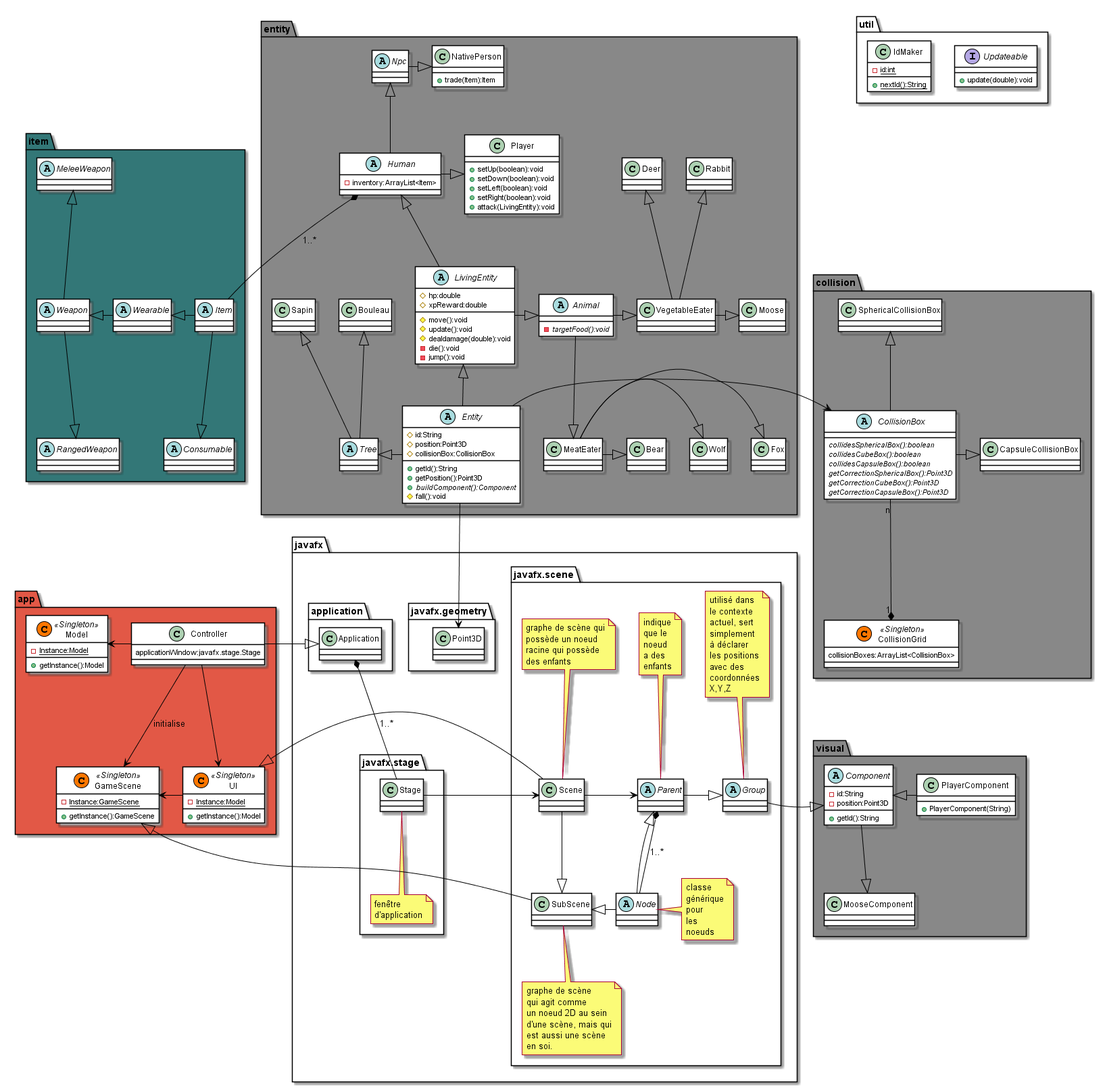
Above: uml/classes.png in the-zucc/coureur-de-bois (PlantUML), before the change.
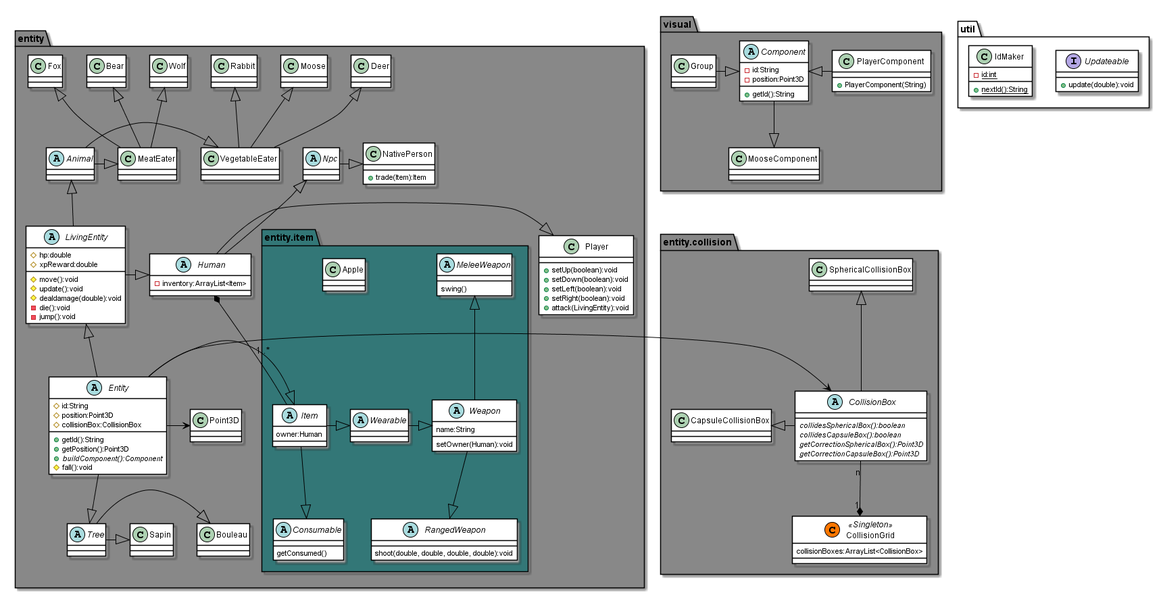
Later version of the same file.

Commit message:
developpe le UML

Diff of the diagram source:
```diff
@@ -5,74 +5,7 @@
     BorderColor #000000
 }
 skinparam stereotypeCBackgroundColor<<Singleton>> #FF7700
-package javafx{
 
-    package javafx.stage{
-        class Stage
-        note bottom:fenêtre\nd'application
-    }
-
-    package javafx.scene #ffffff{
-        class Scene
-        note top:graphe de scène qui\npossède un noeud\nracine qui possède\ndes enfants
-        Stage -left-> Scene
-
-
-        abstract class Node
-        note right:classe\ngénérique\npour\nles\nnoeuds
-        Parent *-down- Node:"1..*"
-
-        class SubScene
-        note bottom:graphe de scène\nqui agit comme\nun noeud 2D au sein\nd'une scène, mais qui\nest aussi une scène\nen soi.
-        SubScene <|-left- Node
-        SubScene <|-up- Scene
-
-        abstract class Parent
-        note top:indique\nque le\nnoeud\na des\nenfants
-        Parent <|-down-Node
-        Scene -right-> Parent
-
-        abstract class Group
-        note top:utilisé dans\nle contexte\nactuel, sert\nsimplement\nà déclarer\nles positions\navec des\ncoordonnées\nX,Y,Z
-        Group <|-left- Parent
-    }
-
-    package javafx.geometry{
-        class Point3D
-    }
-    package application{
-        class Application{
-
-        }
-        Application *-- Stage : "1..*"
-    }
-}
-
-package app #e25846{
-    class Model<<Singleton>>{
-        - {static} Instance:Model
-        + getInstance():Model
-    }
-    class UI<<Singleton>>{
-        - {static} Instance:Model
-        + getInstance():Model
-    }
-    UI <|-- Scene
-    class GameScene<<Singleton>>{
-        - {static} Instance:GameScene
-        + getInstance():GameScene
-    }
-    GameScene <|-- SubScene
-
-    UI -left-> GameScene
-    class Controller{
-        applicationWindow:javafx.stage.Stage
-    }
-    Controller --> UI
-    Controller --> GameScene: "initialise"
-    Controller -left-> Model
-    Controller -left-|> Application
-}
 
 package util{
     interface Updateable{
@@ -94,7 +27,40 @@
         + {abstract} buildComponent():Component
         # fall():void
     }
-    Point3D <-down- Entity
+    Point3D <-right- Entity
+    package entity.item #337777{
+        abstract class Item{
+            owner:Human
+        }
+        Item <|-left- Entity
+
+
+        abstract class Wearable{
+
+        }
+        Wearable <|-left- Item
+        abstract class Weapon{
+            name:String
+            setOwner(Human):void
+        }
+        Weapon <|-left- Wearable
+        abstract class MeleeWeapon{
+            swing()
+        }
+        MeleeWeapon <|-down-Weapon
+        abstract class RangedWeapon{
+            shoot(double, double, double, double):void
+        }
+        RangedWeapon <|-up- Weapon
+        abstract class Consumable{
+            getConsumed()
+        }
+        Consumable <|-up- Item
+        class Apple{
+
+        }
+    }
+
 
 
     abstract class LivingEntity{
@@ -111,7 +77,8 @@
     abstract class Human{
         - inventory:ArrayList<Item>
     }
-    Human <|-down- LivingEntity
+    Human *-right- Item: "1..*"
+    Human <|-right- LivingEntity
 
     class Player{
         + setUp(boolean):void
@@ -133,9 +100,8 @@
     NativePerson <|-left- Npc
 
     abstract class Animal{
-        - {abstract} targetFood():void
     }
-    Animal <|-left- LivingEntity
+    Animal <|-down- LivingEntity
     class Deer{
 
     }
@@ -143,19 +109,19 @@
     class Moose{
 
     }
-    Moose <|-left- VegetableEater
+    Moose <|-down- VegetableEater
     class MeatEater{
 
     }
-    MeatEater <|-up-Animal
+    MeatEater <|-left-Animal
     class Fox{
 
     }
-    Fox <|-left- MeatEater
+    Fox <|-down- MeatEater
     class Wolf{
 
     }
-    Wolf <|-left- MeatEater
+    Wolf <|-down- MeatEater
     class VegetableEater{
 
     }
@@ -163,7 +129,7 @@
     class Bear{
 
     }
-    Bear <|-left- MeatEater
+    Bear <|-down- MeatEater
     class Rabbit{
 
     }
@@ -171,18 +137,18 @@
     abstract class Tree{
 
     }
-    Tree <|-right- Entity
+    Tree <|-up- Entity
     class Bouleau{
 
     }
-    Bouleau <|-- Tree
+    Bouleau <|-left- Tree
     class Sapin{
 
     }
-    Sapin <|-- Tree
+    Sapin <|-left- Tree
 }
 
-package collision #888888{
+package entity.collision #888888{
     class CollisionGrid<<Singleton>>{
         collisionBoxes:ArrayList<CollisionBox>
     }
@@ -191,15 +157,13 @@
     abstract class CollisionBox{
 
         {abstract}collidesSphericalBox():boolean
-        {abstract}collidesCubeBox():boolean
         {abstract}collidesCapsuleBox():boolean
 
         {abstract}getCorrectionSphericalBox():Point3D
-        {abstract}getCorrectionCubeBox():Point3D
         {abstract}getCorrectionCapsuleBox():Point3D
 
     }
-    Entity -right-> CollisionBox
+    Entity -left-> CollisionBox
 
     class SphericalCollisionBox{
 
@@ -208,7 +172,7 @@
     class CapsuleCollisionBox{
 
     }
-    CollisionBox -right-|> CapsuleCollisionBox
+    CollisionBox -left-|> CapsuleCollisionBox
 }
 
 package visual #888888{
@@ -227,40 +191,5 @@
     }
     MooseComponent <|-up- Component
 
-
 }
-
-
-package item #337777{
-    abstract class Item{
-    }
-
-    Human *-- Item: "1..*"
-
-    abstract class Wearable{
-
-    }
-    Wearable <|-right- Item
-    abstract class Weapon{
-
-    }
-    Weapon <|-right- Wearable
-    abstract class MeleeWeapon{
-
-    }
-    MeleeWeapon <|-down-Weapon
-    abstract class RangedWeapon{
-
-    }
-    RangedWeapon <|-up- Weapon
-    abstract class Consumable{
-
-    }
-    Consumable <|-up- Item
-
-
-}
-
-
-
 @enduml
```
